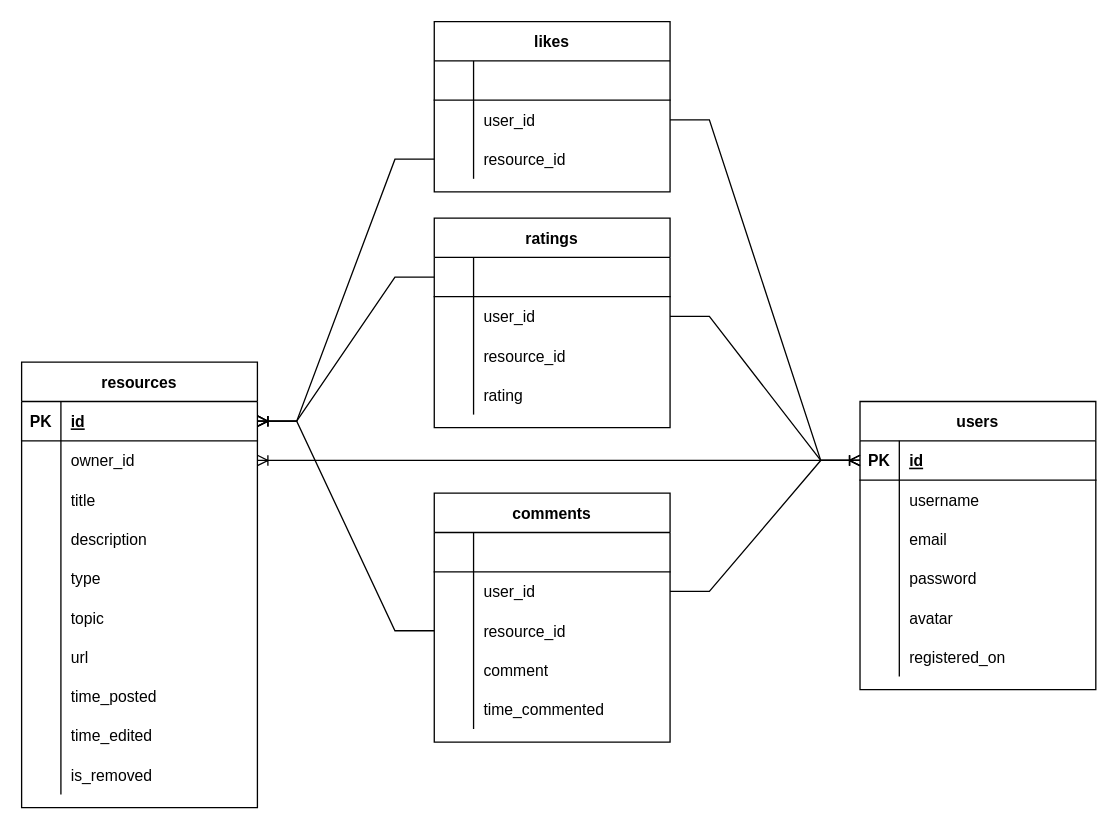
This is erd/resource-wall-erd.drawio from albho/mt-plan, a draw.io file, before an edit. Source tidied: cells renumbered, new cells numbered last; positions are measured from the earlier drawing's top-left corner, leaving out a move shared by most shapes. Both pictures are drawn from the tidied source at 131%, with x=0, y=0 at pixel (21, 21).
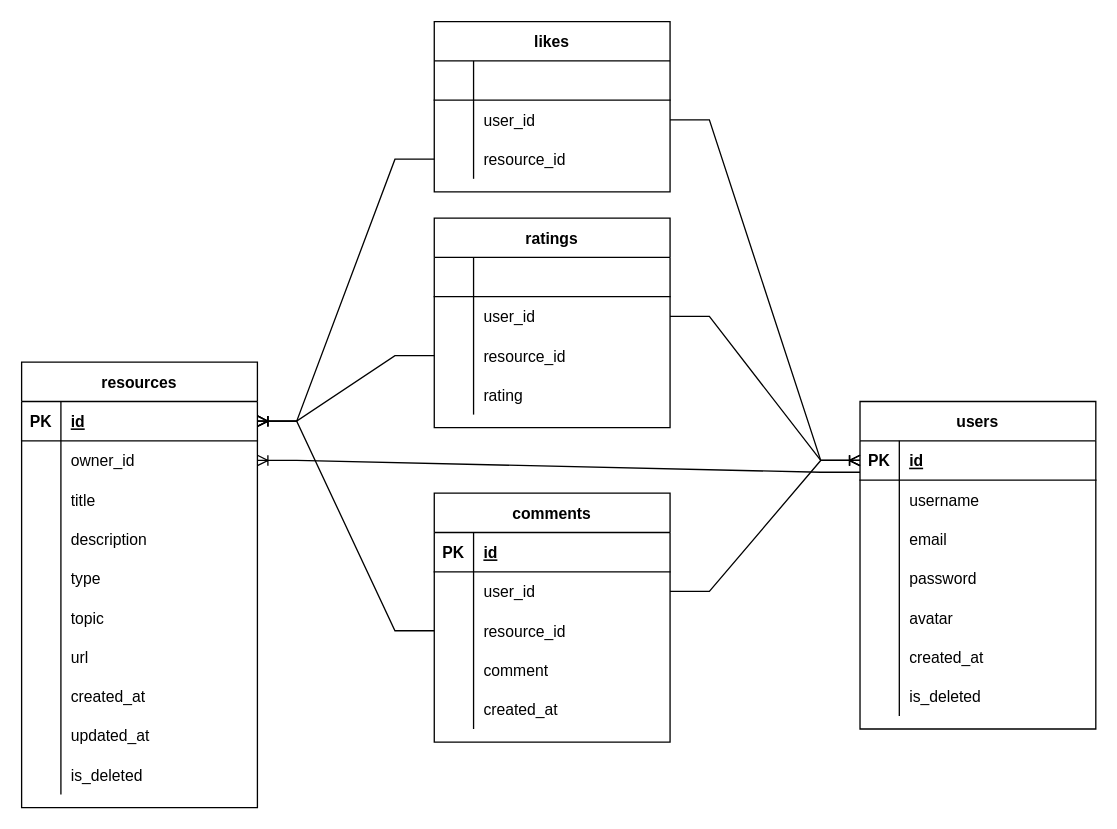
After the change.

The change refers to these unchanged cells:
```xml
<mxCell id="3" style="shape=tableRow;horizontal=0;startSize=0;swimlaneHead=0;swimlaneBody=0;fillColor=none;points=[[0,0.5],[1,0.5]];portConstraint=eastwest;top=0;left=0;right=0;bottom=1;" parent="2" vertex="1">
  <mxGeometry y="30" width="180" height="30" as="geometry" />
</mxCell>
<mxCell id="6" style="shape=tableRow;horizontal=0;startSize=0;swimlaneHead=0;swimlaneBody=0;fillColor=none;points=[[0,0.5],[1,0.5]];portConstraint=eastwest;top=0;left=0;right=0;bottom=0;" parent="2" vertex="1">
  <mxGeometry y="60" width="180" height="30" as="geometry" />
</mxCell>
<mxCell id="24" style="shape=tableRow;horizontal=0;startSize=0;swimlaneHead=0;swimlaneBody=0;fillColor=none;top=0;left=0;right=0;bottom=0;" parent="2" vertex="1">
  <mxGeometry y="240" width="180" height="30" as="geometry" />
</mxCell>
<mxCell id="27" style="shape=tableRow;horizontal=0;startSize=0;swimlaneHead=0;swimlaneBody=0;fillColor=none;top=0;left=0;right=0;bottom=0;" parent="2" vertex="1">
  <mxGeometry y="270" width="180" height="30" as="geometry" />
</mxCell>
<mxCell id="30" style="shape=tableRow;horizontal=0;startSize=0;swimlaneHead=0;swimlaneBody=0;fillColor=none;top=0;left=0;right=0;bottom=0;" parent="2" vertex="1">
  <mxGeometry y="300" width="180" height="30" as="geometry" />
</mxCell>
<mxCell id="34" style="shape=tableRow;horizontal=0;startSize=0;swimlaneHead=0;swimlaneBody=0;fillColor=none;points=[[0,0.5],[1,0.5]];portConstraint=eastwest;top=0;left=0;right=0;bottom=1;" parent="33" vertex="1">
  <mxGeometry y="30" width="180" height="30" as="geometry" />
</mxCell>
<mxCell id="49" style="shape=tableRow;horizontal=0;startSize=0;swimlaneHead=0;swimlaneBody=0;fillColor=none;top=0;left=0;right=0;bottom=0;" parent="33" vertex="1">
  <mxGeometry y="180" width="180" height="30" as="geometry" />
</mxCell>
<mxCell id="66" style="shape=tableRow;horizontal=0;startSize=0;swimlaneHead=0;swimlaneBody=0;fillColor=none;points=[[0,0.5],[1,0.5]];portConstraint=eastwest;top=0;left=0;right=0;bottom=1;" parent="65" vertex="1">
  <mxGeometry y="30" width="180" height="30" as="geometry" />
</mxCell>
<mxCell id="72" style="shape=tableRow;horizontal=0;startSize=0;swimlaneHead=0;swimlaneBody=0;fillColor=none;points=[[0,0.5],[1,0.5]];portConstraint=eastwest;top=0;left=0;right=0;bottom=0;" parent="65" vertex="1">
  <mxGeometry y="90" width="180" height="30" as="geometry" />
</mxCell>
<mxCell id="93" style="shape=tableRow;horizontal=0;startSize=0;swimlaneHead=0;swimlaneBody=0;fillColor=none;top=0;left=0;right=0;bottom=0;" parent="80" vertex="1">
  <mxGeometry y="150" width="180" height="30" as="geometry" />
</mxCell>
```

The edit, as a diff of the source:
```diff
@@
-    <mxCell id="26" value="time_posted" style="shape=partialRectangle;fillColor=none;top=0;left=0;bottom=0;right=0;align=left;spacingLeft=6;overflow=hidden;" parent="24" vertex="1">
+    <mxCell id="26" value="created_at" style="shape=partialRectangle;fillColor=none;top=0;left=0;bottom=0;right=0;align=left;spacingLeft=6;overflow=hidden;" parent="24" vertex="1">
       <mxGeometry x="30" width="150" height="30" as="geometry" />
     </mxCell>
@@
-    <mxCell id="29" value="time_edited" style="shape=partialRectangle;fillColor=none;top=0;left=0;bottom=0;right=0;align=left;spacingLeft=6;overflow=hidden;" parent="27" vertex="1">
+    <mxCell id="29" value="updated_at" style="shape=partialRectangle;fillColor=none;top=0;left=0;bottom=0;right=0;align=left;spacingLeft=6;overflow=hidden;" parent="27" vertex="1">
       <mxGeometry x="30" width="150" height="30" as="geometry" />
     </mxCell>
@@
-    <mxCell id="32" value="is_removed" style="shape=partialRectangle;fillColor=none;top=0;left=0;bottom=0;right=0;align=left;spacingLeft=6;overflow=hidden;" parent="30" vertex="1">
+    <mxCell id="32" value="is_deleted" style="shape=partialRectangle;fillColor=none;top=0;left=0;bottom=0;right=0;align=left;spacingLeft=6;overflow=hidden;" parent="30" vertex="1">
       <mxGeometry x="30" width="150" height="30" as="geometry" />
     </mxCell>
     <mxCell id="33" value="users" style="shape=table;startSize=30;childLayout=tableLayout;rowLines=0;fontStyle=1;align=center;" parent="1" vertex="1">
-      <mxGeometry x="640" y="290" width="180" height="220" as="geometry" />
+      <mxGeometry x="640" y="290" width="180" height="250" as="geometry" />
     </mxCell>
@@
-    <mxCell id="51" value="registered_on" style="shape=partialRectangle;fillColor=none;top=0;left=0;bottom=0;right=0;align=left;spacingLeft=6;overflow=hidden;" parent="49" vertex="1">
+    <mxCell id="51" value="created_at" style="shape=partialRectangle;fillColor=none;top=0;left=0;bottom=0;right=0;align=left;spacingLeft=6;overflow=hidden;" parent="49" vertex="1">
       <mxGeometry x="30" width="150" height="30" as="geometry" />
     </mxCell>
+    <mxCell id="98" style="shape=tableRow;horizontal=0;startSize=0;swimlaneHead=0;swimlaneBody=0;fillColor=none;top=0;left=0;right=0;bottom=0;" parent="33" vertex="1">
+      <mxGeometry y="210" width="180" height="30" as="geometry" />
+    </mxCell>
+    <mxCell id="99" style="shape=partialRectangle;fillColor=none;top=0;left=0;bottom=0;right=0;overflow=hidden;" parent="98" vertex="1">
+      <mxGeometry width="30" height="30" as="geometry" />
+    </mxCell>
+    <mxCell id="100" value="is_deleted" style="shape=partialRectangle;fillColor=none;top=0;left=0;bottom=0;right=0;align=left;spacingLeft=6;overflow=hidden;" parent="98" vertex="1">
+      <mxGeometry x="30" width="150" height="30" as="geometry" />
+    </mxCell>
@@
-    <mxCell id="62" style="edgeStyle=entityRelationEdgeStyle;fontSize=12;html=1;endArrow=ERoneToMany;rounded=0;entryX=1;entryY=0.5;entryDx=0;entryDy=0;exitX=0;exitY=0.5;exitDx=0;exitDy=0;" parent="1" edge="1" source="34" target="6">
+    <mxCell id="62" style="edgeStyle=entityRelationEdgeStyle;fontSize=12;html=1;endArrow=ERoneToMany;rounded=0;entryX=1;entryY=0.5;entryDx=0;entryDy=0;exitX=0;exitY=0.8;exitDx=0;exitDy=0;exitPerimeter=0;" parent="1" edge="1" source="34" target="6">
       <mxGeometry relative="1" as="geometry" />
     </mxCell>
@@
-    <mxCell id="79" style="edgeStyle=entityRelationEdgeStyle;fontSize=12;html=1;endArrow=ERoneToMany;rounded=0;exitX=0;exitY=0.5;exitDx=0;exitDy=0;entryX=1;entryY=0.5;entryDx=0;entryDy=0;" parent="1" edge="1" source="66" target="3">
+    <mxCell id="79" style="edgeStyle=entityRelationEdgeStyle;fontSize=12;html=1;endArrow=ERoneToMany;rounded=0;exitX=0;exitY=0.5;exitDx=0;exitDy=0;entryX=1;entryY=0.5;entryDx=0;entryDy=0;" parent="1" edge="1" source="72" target="3">
       <mxGeometry relative="1" as="geometry" />
     </mxCell>
@@
-    <mxCell id="95" value="time_commented" style="shape=partialRectangle;fillColor=none;top=0;left=0;bottom=0;right=0;align=left;spacingLeft=6;overflow=hidden;" parent="93" vertex="1">
+    <mxCell id="95" value="created_at" style="shape=partialRectangle;fillColor=none;top=0;left=0;bottom=0;right=0;align=left;spacingLeft=6;overflow=hidden;" parent="93" vertex="1">
       <mxGeometry x="30" width="150" height="30" as="geometry" />
     </mxCell>
@@
+    <mxCell id="101" value="id" style="shape=partialRectangle;fillColor=none;top=0;left=0;bottom=0;right=0;align=left;spacingLeft=6;fontStyle=5;overflow=hidden;" parent="1" vertex="1">
+      <mxGeometry x="345" y="390" width="150" height="30" as="geometry" />
+    </mxCell>
+    <mxCell id="102" value="PK" style="shape=partialRectangle;fillColor=none;top=0;left=0;bottom=0;right=0;fontStyle=1;overflow=hidden;" parent="1" vertex="1">
+      <mxGeometry x="315" y="390" width="30" height="30" as="geometry" />
+    </mxCell>
```
